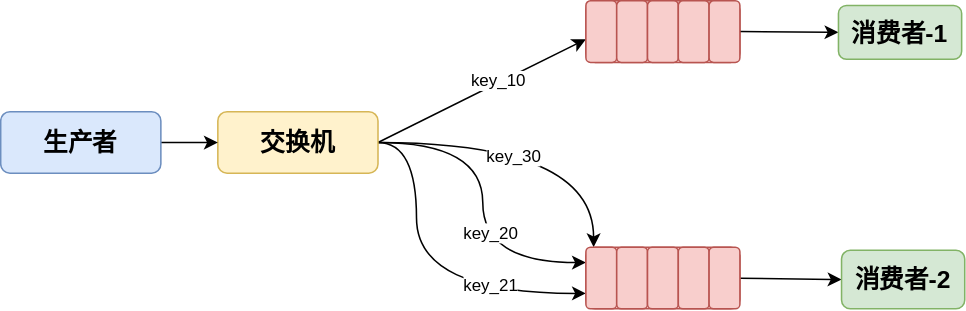
Earlier version of the draw.io export RabbitMQ/RabbitMQ工作模式/Routing路由模式简图.drawio.svg (Developer-Tang/notes). Source tidied: cells renumbered, new cells last; positions are measured from the earlier drawing's top-left corner, leaving out a move shared by most shapes.
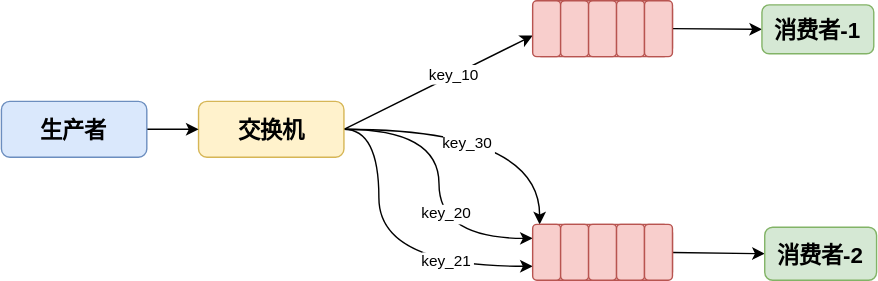
The same diagram one commit later.

What changed in the source:
```diff
@@ -2,16 +2,16 @@
   <root>
     <mxCell id="0" />
     <mxCell id="1" parent="0" />
-    <mxCell id="2" style="whiteSpace=wrap;html=1;rounded=1;fontSize=16;fontStyle=1;strokeColor=#b85450;fillColor=#f8cecc;" parent="1" vertex="1">
+    <mxCell id="2" style="rounded=1;fontSize=16;fontStyle=1;strokeColor=#b85450;fillColor=#f8cecc;" parent="1" vertex="1">
       <mxGeometry x="380" width="100" height="40" as="geometry" />
     </mxCell>
-    <mxCell id="3" style="rounded=0;jettySize=auto;html=1;fontSize=16;exitX=1;exitY=0.5;exitDx=0;exitDy=0;" parent="1" edge="1" source="12" target="13">
+    <mxCell id="3" style="rounded=0;jettySize=auto;fontSize=16;exitX=1;exitY=0.5;exitDx=0;exitDy=0;" parent="1" edge="1" source="12" target="13">
       <mxGeometry relative="1" as="geometry" />
     </mxCell>
-    <mxCell id="4" value="key_10" style="edgeLabel;html=1;align=center;verticalAlign=middle;" parent="3" vertex="1">
+    <mxCell id="4" value="key_10" style="edgeLabel;align=center;verticalAlign=middle;" parent="3" vertex="1">
       <mxGeometry x="0.16" y="1" relative="1" as="geometry" />
     </mxCell>
-    <mxCell id="5" style="edgeStyle=orthogonalEdgeStyle;curved=1;rounded=0;jettySize=auto;html=1;entryX=0;entryY=0.25;entryDx=0;entryDy=0;exitX=1;exitY=0.5;exitDx=0;exitDy=0;" parent="1" edge="1" source="12" target="25">
+    <mxCell id="5" style="edgeStyle=orthogonalEdgeStyle;curved=1;rounded=0;jettySize=auto;entryX=0;entryY=0.25;entryDx=0;entryDy=0;exitX=1;exitY=0.5;exitDx=0;exitDy=0;" parent="1" edge="1" source="12" target="25">
       <mxGeometry relative="1" as="geometry">
         <Array as="points">
           <mxPoint x="313" y="92" />
@@ -19,10 +19,10 @@
         </Array>
       </mxGeometry>
     </mxCell>
-    <mxCell id="6" value="key_20" style="edgeLabel;html=1;align=center;verticalAlign=middle;" parent="5" vertex="1">
+    <mxCell id="6" value="key_20" style="edgeLabel;align=center;verticalAlign=middle;" parent="5" vertex="1">
       <mxGeometry x="0.19" y="5" relative="1" as="geometry" />
     </mxCell>
-    <mxCell id="7" style="edgeStyle=orthogonalEdgeStyle;curved=1;rounded=0;jettySize=auto;html=1;exitX=1;exitY=0.5;exitDx=0;exitDy=0;entryX=0;entryY=0.75;entryDx=0;entryDy=0;" parent="1" edge="1" source="12" target="25">
+    <mxCell id="7" style="edgeStyle=orthogonalEdgeStyle;curved=1;rounded=0;jettySize=auto;exitX=1;exitY=0.5;exitDx=0;exitDy=0;entryX=0;entryY=0.75;entryDx=0;entryDy=0;" parent="1" edge="1" source="12" target="25">
       <mxGeometry relative="1" as="geometry">
         <Array as="points">
           <mxPoint x="270" y="92" />
@@ -30,70 +30,67 @@
         </Array>
       </mxGeometry>
     </mxCell>
-    <mxCell id="8" value="key_21" style="edgeLabel;html=1;align=center;verticalAlign=middle;" parent="7" vertex="1">
+    <mxCell id="8" value="key_21" style="edgeLabel;align=center;verticalAlign=middle;" parent="7" vertex="1">
       <mxGeometry x="0.47" y="5" relative="1" as="geometry" />
     </mxCell>
-    <mxCell id="9" style="edgeStyle=orthogonalEdgeStyle;curved=1;rounded=0;jettySize=auto;html=1;exitX=1;exitY=0.5;exitDx=0;exitDy=0;entryX=0.25;entryY=0;entryDx=0;entryDy=0;" parent="1" edge="1" source="12" target="25">
+    <mxCell id="9" style="edgeStyle=orthogonalEdgeStyle;curved=1;rounded=0;jettySize=auto;exitX=1;exitY=0.5;exitDx=0;exitDy=0;entryX=0.25;entryY=0;entryDx=0;entryDy=0;" parent="1" edge="1" source="12" target="25">
       <mxGeometry relative="1" as="geometry" />
     </mxCell>
-    <mxCell id="10" value="&lt;span style=&quot;color: rgba(0 , 0 , 0 , 0) ; font-family: monospace ; font-size: 0px ; background-color: rgb(248 , 249 , 250)&quot;&gt;%3CmxGraphModel%3E%3Croot%3E%3CmxCell%20id%3D%220%22%2F%3E%3CmxCell%20id%3D%221%22%20parent%3D%220%22%2F%3E%3CmxCell%20id%3D%222%22%20value%3D%22key_20%22%20style%3D%22edgeLabel%3Bhtml%3D1%3Balign%3Dcenter%3BverticalAlign%3Dmiddle%3Bresizable%3D0%3Bpoints%3D%5B%5D%3B%22%20vertex%3D%221%22%20connectable%3D%220%22%20parent%3D%221%22%3E%3CmxGeometry%20x%3D%22418.009708737864%22%20y%3D%22350.98058252427177%22%20as%3D%22geometry%22%2F%3E%3C%2FmxCell%3E%3C%2Froot%3E%3C%2FmxGraphModel%3E&lt;/span&gt;&lt;span style=&quot;color: rgba(0 , 0 , 0 , 0) ; font-family: monospace ; font-size: 0px ; background-color: rgb(248 , 249 , 250)&quot;&gt;%3CmxGraphModel%3E%3Croot%3E%3CmxCell%20id%3D%220%22%2F%3E%3CmxCell%20id%3D%221%22%20parent%3D%220%22%2F%3E%3CmxCell%20id%3D%222%22%20value%3D%22key_20%22%20style%3D%22edgeLabel%3Bhtml%3D1%3Balign%3Dcenter%3BverticalAlign%3Dmiddle%3Bresizable%3D0%3Bpoints%3D%5B%5D%3B%22%20vertex%3D%221%22%20connectable%3D%220%22%20parent%3D%221%22%3E%3CmxGeometry%20x%3D%22418.009708737864%22%20y%3D%22350.98058252427177%22%20as%3D%22geometry%22%2F%3E%3C%2FmxCell%3E%3C%2Froot%3E%3C%2FmxGraphModel%3E&lt;/span&gt;" style="edgeLabel;html=1;align=center;verticalAlign=middle;" parent="9" vertex="1">
-      <mxGeometry x="-0.09" y="-11" relative="1" as="geometry" />
-    </mxCell>
-    <mxCell id="11" value="key_30" style="edgeLabel;html=1;align=center;verticalAlign=middle;" parent="9" vertex="1">
+    <mxCell id="11" value="key_30" style="edgeLabel;align=center;verticalAlign=middle;" parent="9" vertex="1">
       <mxGeometry x="-0.16" y="-9" relative="1" as="geometry" />
     </mxCell>
-    <mxCell id="12" value="交换机" style="rounded=1;whiteSpace=wrap;html=1;fontSize=16;fillColor=#fff2cc;strokeColor=#d6b656;fontStyle=1;" parent="1" vertex="1">
+    <mxCell id="12" value="交换机" style="rounded=1;fontSize=16;fillColor=#fff2cc;strokeColor=#d6b656;fontStyle=1;" parent="1" vertex="1">
       <mxGeometry x="141" y="72" width="104" height="40" as="geometry" />
     </mxCell>
-    <mxCell id="13" style="whiteSpace=wrap;html=1;rounded=1;fontSize=16;fontStyle=1;strokeColor=#b85450;fillColor=#f8cecc;" parent="1" vertex="1">
+    <mxCell id="13" style="rounded=1;fontSize=16;fontStyle=1;strokeColor=#b85450;fillColor=#f8cecc;" parent="1" vertex="1">
       <mxGeometry x="380" width="20" height="40" as="geometry" />
     </mxCell>
-    <mxCell id="14" style="whiteSpace=wrap;html=1;rounded=1;fontSize=16;fontStyle=1;strokeColor=#b85450;fillColor=#f8cecc;" parent="1" vertex="1">
+    <mxCell id="14" style="rounded=1;fontSize=16;fontStyle=1;strokeColor=#b85450;fillColor=#f8cecc;" parent="1" vertex="1">
       <mxGeometry x="400" width="20" height="40" as="geometry" />
     </mxCell>
-    <mxCell id="15" style="whiteSpace=wrap;html=1;rounded=1;fontSize=16;fontStyle=1;strokeColor=#b85450;fillColor=#f8cecc;" parent="1" vertex="1">
+    <mxCell id="15" style="rounded=1;fontSize=16;fontStyle=1;strokeColor=#b85450;fillColor=#f8cecc;" parent="1" vertex="1">
       <mxGeometry x="420" width="20" height="40" as="geometry" />
     </mxCell>
-    <mxCell id="16" style="whiteSpace=wrap;html=1;rounded=1;fontSize=16;fontStyle=1;strokeColor=#b85450;fillColor=#f8cecc;" parent="1" vertex="1">
+    <mxCell id="16" style="rounded=1;fontSize=16;fontStyle=1;strokeColor=#b85450;fillColor=#f8cecc;" parent="1" vertex="1">
       <mxGeometry x="440" width="20" height="40" as="geometry" />
     </mxCell>
-    <mxCell id="17" style="rounded=0;jettySize=auto;html=1;fontSize=16;entryX=0;entryY=0.5;entryDx=0;entryDy=0;exitX=1;exitY=0.5;exitDx=0;exitDy=0;" parent="1" edge="1" source="19" target="20">
+    <mxCell id="17" style="rounded=0;jettySize=auto;fontSize=16;entryX=0;entryY=0.5;entryDx=0;entryDy=0;exitX=1;exitY=0.5;exitDx=0;exitDy=0;" parent="1" edge="1" source="19" target="20">
       <mxGeometry relative="1" as="geometry" />
     </mxCell>
-    <mxCell id="18" style="edgeStyle=none;rounded=0;jettySize=auto;html=1;entryX=0;entryY=0.5;entryDx=0;entryDy=0;fontSize=16;" parent="1" edge="1" source="29" target="21">
+    <mxCell id="18" style="edgeStyle=none;rounded=0;jettySize=auto;entryX=0;entryY=0.5;entryDx=0;entryDy=0;fontSize=16;" parent="1" edge="1" source="29" target="21">
       <mxGeometry relative="1" as="geometry" />
     </mxCell>
-    <mxCell id="19" style="whiteSpace=wrap;html=1;rounded=1;fontSize=16;fontStyle=1;strokeColor=#b85450;fillColor=#f8cecc;" parent="1" vertex="1">
+    <mxCell id="19" style="rounded=1;fontSize=16;fontStyle=1;strokeColor=#b85450;fillColor=#f8cecc;" parent="1" vertex="1">
       <mxGeometry x="460" width="20" height="40" as="geometry" />
     </mxCell>
-    <mxCell id="20" value="消费者-1" style="whiteSpace=wrap;html=1;rounded=1;fontSize=16;fontStyle=1;strokeColor=#82b366;fillColor=#d5e8d4;" parent="1" vertex="1">
+    <mxCell id="20" value="消费者-1" style="rounded=1;fontSize=16;fontStyle=1;strokeColor=#82b366;fillColor=#d5e8d4;" parent="1" vertex="1">
       <mxGeometry x="544" y="3" width="80" height="35" as="geometry" />
     </mxCell>
-    <mxCell id="21" value="消费者-2" style="whiteSpace=wrap;html=1;rounded=1;fontSize=16;fontStyle=1;strokeColor=#82b366;fillColor=#d5e8d4;" parent="1" vertex="1">
+    <mxCell id="21" value="消费者-2" style="rounded=1;fontSize=16;fontStyle=1;strokeColor=#82b366;fillColor=#d5e8d4;" parent="1" vertex="1">
       <mxGeometry x="546" y="162" width="80" height="38" as="geometry" />
     </mxCell>
-    <mxCell id="22" style="edgeStyle=orthogonalEdgeStyle;rounded=0;jettySize=auto;html=1;" parent="1" edge="1" source="23" target="12">
+    <mxCell id="22" style="edgeStyle=orthogonalEdgeStyle;rounded=0;jettySize=auto;" parent="1" edge="1" source="23" target="12">
       <mxGeometry relative="1" as="geometry" />
     </mxCell>
-    <mxCell id="23" value="生产者" style="rounded=1;whiteSpace=wrap;html=1;fontSize=16;fillColor=#dae8fc;strokeColor=#6c8ebf;fontStyle=1;" parent="1" vertex="1">
+    <mxCell id="23" value="生产者" style="rounded=1;fontSize=16;fillColor=#dae8fc;strokeColor=#6c8ebf;fontStyle=1;" parent="1" vertex="1">
       <mxGeometry y="72" width="104" height="40" as="geometry" />
     </mxCell>
-    <mxCell id="24" style="whiteSpace=wrap;html=1;rounded=1;fontSize=16;fontStyle=1;strokeColor=#b85450;fillColor=#f8cecc;" parent="1" vertex="1">
+    <mxCell id="24" style="rounded=1;fontSize=16;fontStyle=1;strokeColor=#b85450;fillColor=#f8cecc;" parent="1" vertex="1">
       <mxGeometry x="380" y="160" width="100" height="40" as="geometry" />
     </mxCell>
-    <mxCell id="25" style="whiteSpace=wrap;html=1;rounded=1;fontSize=16;fontStyle=1;strokeColor=#b85450;fillColor=#f8cecc;" parent="1" vertex="1">
+    <mxCell id="25" style="rounded=1;fontSize=16;fontStyle=1;strokeColor=#b85450;fillColor=#f8cecc;" parent="1" vertex="1">
       <mxGeometry x="380" y="160" width="20" height="40" as="geometry" />
     </mxCell>
-    <mxCell id="26" style="whiteSpace=wrap;html=1;rounded=1;fontSize=16;fontStyle=1;strokeColor=#b85450;fillColor=#f8cecc;" parent="1" vertex="1">
+    <mxCell id="26" style="rounded=1;fontSize=16;fontStyle=1;strokeColor=#b85450;fillColor=#f8cecc;" parent="1" vertex="1">
       <mxGeometry x="400" y="160" width="20" height="40" as="geometry" />
     </mxCell>
-    <mxCell id="27" style="whiteSpace=wrap;html=1;rounded=1;fontSize=16;fontStyle=1;strokeColor=#b85450;fillColor=#f8cecc;" parent="1" vertex="1">
+    <mxCell id="27" style="rounded=1;fontSize=16;fontStyle=1;strokeColor=#b85450;fillColor=#f8cecc;" parent="1" vertex="1">
       <mxGeometry x="420" y="160" width="20" height="40" as="geometry" />
     </mxCell>
-    <mxCell id="28" style="whiteSpace=wrap;html=1;rounded=1;fontSize=16;fontStyle=1;strokeColor=#b85450;fillColor=#f8cecc;" parent="1" vertex="1">
+    <mxCell id="28" style="rounded=1;fontSize=16;fontStyle=1;strokeColor=#b85450;fillColor=#f8cecc;" parent="1" vertex="1">
       <mxGeometry x="440" y="160" width="20" height="40" as="geometry" />
     </mxCell>
-    <mxCell id="29" style="whiteSpace=wrap;html=1;rounded=1;fontSize=16;fontStyle=1;strokeColor=#b85450;fillColor=#f8cecc;" parent="1" vertex="1">
+    <mxCell id="29" style="rounded=1;fontSize=16;fontStyle=1;strokeColor=#b85450;fillColor=#f8cecc;" parent="1" vertex="1">
       <mxGeometry x="460" y="160" width="20" height="40" as="geometry" />
     </mxCell>
   </root>
```
